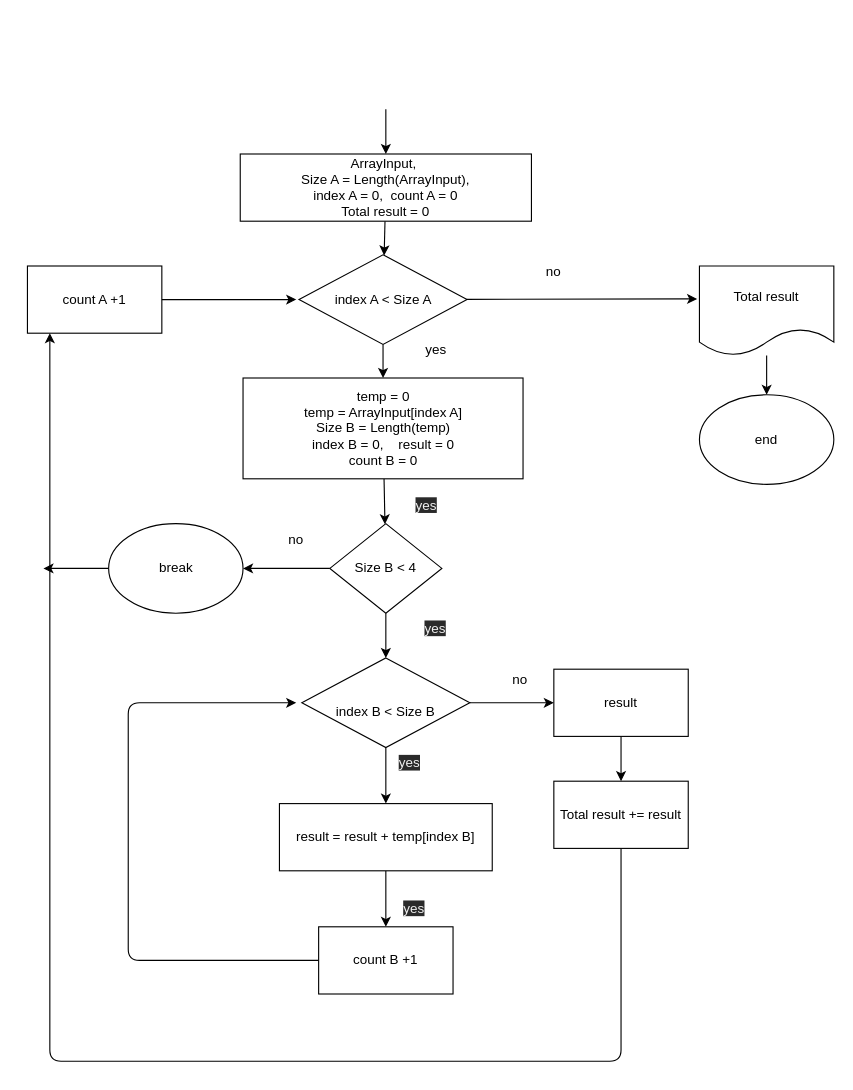
Earlier version of the draw.io diagram BlockDiagram.Drawio (SerhiiSoldatov/Test). Source tidied: cells renumbered, new cells numbered last; positions are measured from the earlier drawing's top-left corner, leaving out a move shared by most shapes. Both pictures are drawn from the tidied source at 112%, with x=0, y=0 at pixel (27, 109).
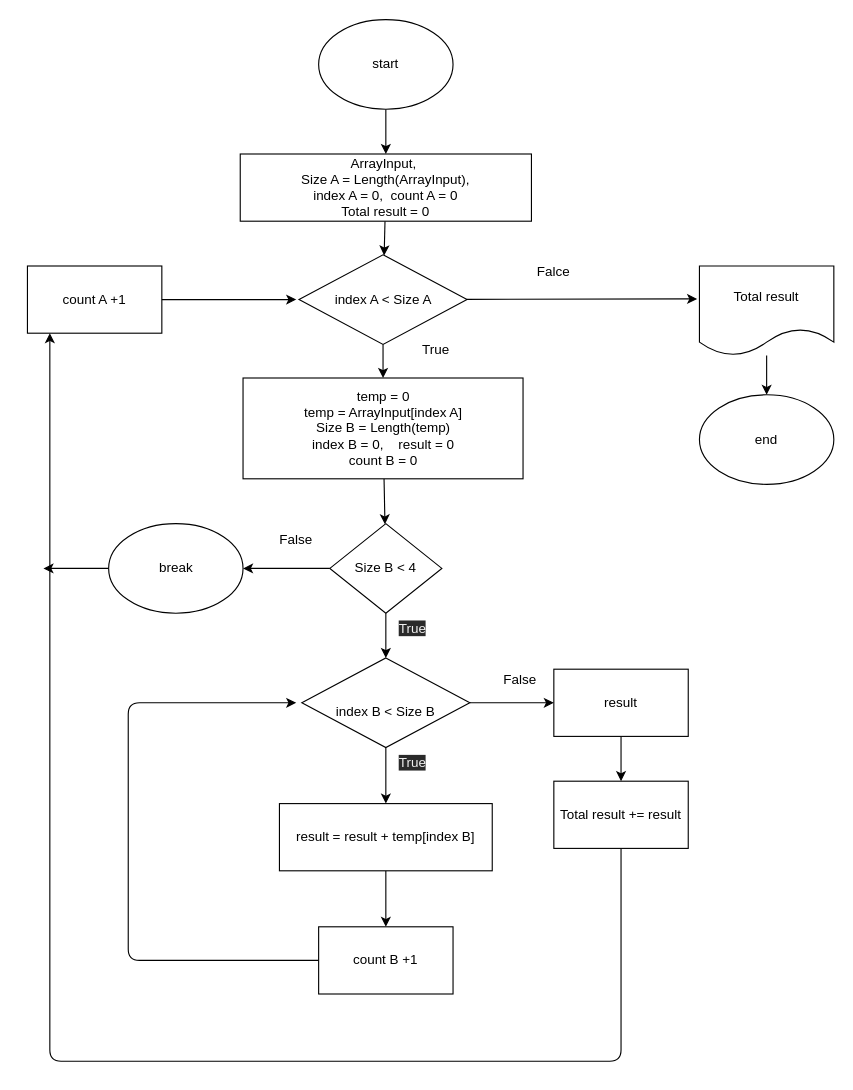
The same page after the edit.

The change refers to these unchanged cells:
```xml
<mxCell id="4" value="ArrayInput,&amp;nbsp;&lt;br&gt;Size A = Length(ArrayInput),&lt;br&gt;index A = 0,&amp;nbsp; count A = 0&lt;br&gt;Total result = 0" style="rounded=0;whiteSpace=wrap;html=1;" parent="1" vertex="1">
  <mxGeometry x="190" y="40" width="260" height="60" as="geometry" />
</mxCell>
<mxCell id="18" value="break" style="ellipse;whiteSpace=wrap;html=1;" parent="1" vertex="1">
  <mxGeometry x="72.5" y="370" width="120" height="80" as="geometry" />
</mxCell>
<mxCell id="20" value="count B +1" style="rounded=0;whiteSpace=wrap;html=1;" parent="1" vertex="1">
  <mxGeometry x="260" y="730" width="120" height="60" as="geometry" />
</mxCell>
<mxCell id="36" value="count A +1" style="rounded=0;whiteSpace=wrap;html=1;" parent="1" vertex="1">
  <mxGeometry y="140" width="120" height="60" as="geometry" />
</mxCell>
<mxCell id="38" value="Total result += result" style="rounded=0;whiteSpace=wrap;html=1;" parent="1" vertex="1">
  <mxGeometry x="470" y="600" width="120" height="60" as="geometry" />
</mxCell>
```

What changed in the source:
```diff
@@
-    <mxCell id="2" style="edgeStyle=none;html=1;" parent="1" edge="1" target="4">
-      <mxGeometry relative="1" as="geometry">
-        <mxPoint x="320" as="sourcePoint" />
-      </mxGeometry>
-    </mxCell>
+    <mxCell id="39" style="edgeStyle=none;html=1;" parent="1" edge="1" source="40" target="4">
+      <mxGeometry relative="1" as="geometry" />
+    </mxCell>
+    <mxCell id="40" value="start" style="ellipse;whiteSpace=wrap;html=1;" parent="1" vertex="1">
+      <mxGeometry x="260" y="-80" width="120" height="80" as="geometry" />
+    </mxCell>
@@
-    <mxCell id="15" value="no" style="text;html=1;strokeColor=none;fillColor=none;align=center;verticalAlign=middle;whiteSpace=wrap;rounded=0;" parent="1" vertex="1">
-      <mxGeometry x="210" y="370" width="60" height="30" as="geometry" />
-    </mxCell>
-    <mxCell id="16" style="edgeStyle=none;html=1;startArrow=none;" parent="1" edge="1" source="36">
-      <mxGeometry relative="1" as="geometry">
-        <mxPoint x="240" y="170" as="targetPoint" />
-        <Array as="points">
-          <mxPoint y="170" />
-        </Array>
-      </mxGeometry>
-    </mxCell>
-    <mxCell id="17" style="edgeStyle=none;html=1;" parent="1" edge="1" source="18">
-      <mxGeometry relative="1" as="geometry">
-        <mxPoint x="14.3" y="410" as="targetPoint" />
-      </mxGeometry>
-    </mxCell>
+    <mxCell id="41" value="False" style="text;html=1;strokeColor=none;fillColor=none;align=center;verticalAlign=middle;whiteSpace=wrap;rounded=0;" parent="1" vertex="1">
+      <mxGeometry x="210" y="370" width="60" height="30" as="geometry" />
+    </mxCell>
+    <mxCell id="42" style="edgeStyle=none;html=1;startArrow=none;" parent="1" edge="1" source="36">
+      <mxGeometry relative="1" as="geometry">
+        <mxPoint x="240" y="170" as="targetPoint" />
+        <Array as="points">
+          <mxPoint y="170" />
+        </Array>
+      </mxGeometry>
+    </mxCell>
+    <mxCell id="43" style="edgeStyle=none;html=1;" parent="1" edge="1" source="18">
+      <mxGeometry relative="1" as="geometry">
+        <mxPoint x="14.3" y="410" as="targetPoint" />
+      </mxGeometry>
+    </mxCell>
@@
-    <mxCell id="19" style="edgeStyle=none;html=1;exitX=0;exitY=0.5;exitDx=0;exitDy=0;" parent="1" edge="1" source="20">
-      <mxGeometry relative="1" as="geometry">
-        <mxPoint x="240" y="530" as="targetPoint" />
-        <Array as="points">
-          <mxPoint x="90" y="760" />
-          <mxPoint x="90" y="530" />
-        </Array>
-      </mxGeometry>
-    </mxCell>
+    <mxCell id="44" style="edgeStyle=none;html=1;exitX=0;exitY=0.5;exitDx=0;exitDy=0;" parent="1" edge="1" source="20">
+      <mxGeometry relative="1" as="geometry">
+        <mxPoint x="240" y="530" as="targetPoint" />
+        <Array as="points">
+          <mxPoint x="90" y="760" />
+          <mxPoint x="90" y="530" />
+        </Array>
+      </mxGeometry>
+    </mxCell>
@@
-    <mxCell id="29" value="yes" style="text;html=1;strokeColor=none;fillColor=none;align=center;verticalAlign=middle;whiteSpace=wrap;rounded=0;" parent="1" vertex="1">
-      <mxGeometry x="335" y="200" width="60" height="30" as="geometry" />
-    </mxCell>
-    <mxCell id="30" value="&lt;span style=&quot;color: rgb(240, 240, 240); font-family: helvetica; font-size: 12px; font-style: normal; font-weight: 400; letter-spacing: normal; text-align: center; text-indent: 0px; text-transform: none; word-spacing: 0px; background-color: rgb(42, 42, 42); display: inline; float: none;&quot;&gt;yes&lt;/span&gt;" style="text;whiteSpace=wrap;html=1;" parent="1" vertex="1">
-      <mxGeometry x="345" y="340" width="40" height="30" as="geometry" />
-    </mxCell>
-    <mxCell id="31" value="&lt;span style=&quot;color: rgb(240, 240, 240); font-family: helvetica; font-size: 12px; font-style: normal; font-weight: 400; letter-spacing: normal; text-align: center; text-indent: 0px; text-transform: none; word-spacing: 0px; background-color: rgb(42, 42, 42); display: inline; float: none;&quot;&gt;yes&lt;/span&gt;" style="text;whiteSpace=wrap;html=1;" parent="1" vertex="1">
-      <mxGeometry x="352.5" y="450" width="40" height="30" as="geometry" />
-    </mxCell>
-    <mxCell id="32" value="&lt;span style=&quot;color: rgb(240, 240, 240); font-family: helvetica; font-size: 12px; font-style: normal; font-weight: 400; letter-spacing: normal; text-align: center; text-indent: 0px; text-transform: none; word-spacing: 0px; background-color: rgb(42, 42, 42); display: inline; float: none;&quot;&gt;yes&lt;/span&gt;" style="text;whiteSpace=wrap;html=1;" parent="1" vertex="1">
-      <mxGeometry x="330" y="570" width="40" height="30" as="geometry" />
-    </mxCell>
-    <mxCell id="33" value="&lt;span style=&quot;color: rgb(240, 240, 240); font-family: helvetica; font-size: 12px; font-style: normal; font-weight: 400; letter-spacing: normal; text-align: center; text-indent: 0px; text-transform: none; word-spacing: 0px; background-color: rgb(42, 42, 42); display: inline; float: none;&quot;&gt;yes&lt;/span&gt;" style="text;whiteSpace=wrap;html=1;" parent="1" vertex="1">
-      <mxGeometry x="334" y="700" width="40" height="30" as="geometry" />
-    </mxCell>
-    <mxCell id="34" value="no" style="text;html=1;strokeColor=none;fillColor=none;align=center;verticalAlign=middle;whiteSpace=wrap;rounded=0;" parent="1" vertex="1">
-      <mxGeometry x="410" y="495" width="60" height="30" as="geometry" />
-    </mxCell>
-    <mxCell id="35" value="no" style="text;html=1;strokeColor=none;fillColor=none;align=center;verticalAlign=middle;whiteSpace=wrap;rounded=0;" parent="1" vertex="1">
-      <mxGeometry x="440" y="130" width="60" height="30" as="geometry" />
-    </mxCell>
+    <mxCell id="45" value="True" style="text;html=1;strokeColor=none;fillColor=none;align=center;verticalAlign=middle;whiteSpace=wrap;rounded=0;" parent="1" vertex="1">
+      <mxGeometry x="335" y="200" width="60" height="30" as="geometry" />
+    </mxCell>
+    <mxCell id="46" value="&lt;span style=&quot;color: rgb(240 , 240 , 240) ; font-family: &amp;#34;helvetica&amp;#34; ; font-size: 12px ; font-style: normal ; font-weight: 400 ; letter-spacing: normal ; text-align: center ; text-indent: 0px ; text-transform: none ; word-spacing: 0px ; background-color: rgb(42 , 42 , 42) ; display: inline ; float: none&quot;&gt;True&lt;/span&gt;" style="text;whiteSpace=wrap;html=1;" parent="1" vertex="1">
+      <mxGeometry x="330" y="450" width="40" height="30" as="geometry" />
+    </mxCell>
+    <mxCell id="47" value="&lt;span style=&quot;color: rgb(240 , 240 , 240) ; font-family: &amp;#34;helvetica&amp;#34; ; font-size: 12px ; font-style: normal ; font-weight: 400 ; letter-spacing: normal ; text-align: center ; text-indent: 0px ; text-transform: none ; word-spacing: 0px ; background-color: rgb(42 , 42 , 42) ; display: inline ; float: none&quot;&gt;True&lt;/span&gt;" style="text;whiteSpace=wrap;html=1;" parent="1" vertex="1">
+      <mxGeometry x="330" y="570" width="40" height="30" as="geometry" />
+    </mxCell>
+    <mxCell id="48" value="False" style="text;html=1;strokeColor=none;fillColor=none;align=center;verticalAlign=middle;whiteSpace=wrap;rounded=0;" parent="1" vertex="1">
+      <mxGeometry x="410" y="495" width="60" height="30" as="geometry" />
+    </mxCell>
+    <mxCell id="49" value="Falce" style="text;html=1;strokeColor=none;fillColor=none;align=center;verticalAlign=middle;whiteSpace=wrap;rounded=0;" parent="1" vertex="1">
+      <mxGeometry x="440" y="130" width="60" height="30" as="geometry" />
+    </mxCell>
@@
-    <mxCell id="37" style="edgeStyle=none;html=1;" parent="1" edge="1" source="38">
-      <mxGeometry relative="1" as="geometry">
-        <mxPoint x="20" y="200" as="targetPoint" />
-        <Array as="points">
-          <mxPoint x="530" y="850" />
-          <mxPoint x="20" y="850" />
-          <mxPoint x="20" y="200" />
-        </Array>
-      </mxGeometry>
-    </mxCell>
+    <mxCell id="50" style="edgeStyle=none;html=1;" parent="1" edge="1" source="38">
+      <mxGeometry relative="1" as="geometry">
+        <mxPoint x="20" y="200" as="targetPoint" />
+        <Array as="points">
+          <mxPoint x="530" y="850" />
+          <mxPoint x="20" y="850" />
+          <mxPoint x="20" y="200" />
+        </Array>
+      </mxGeometry>
+    </mxCell>
```
